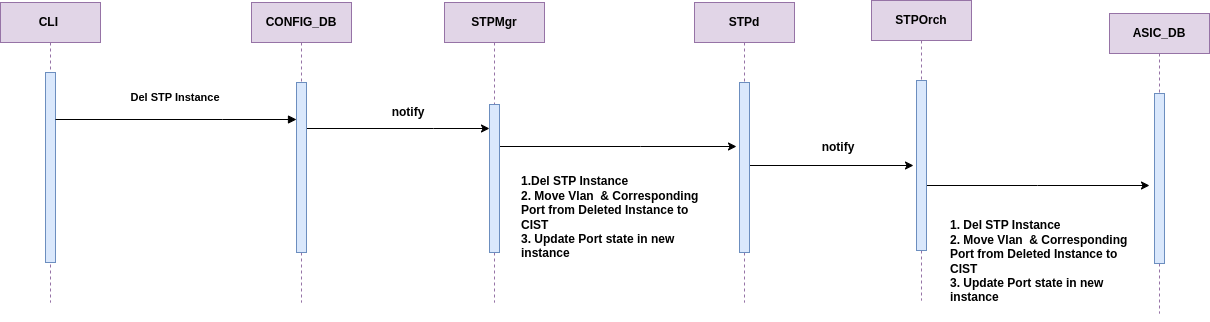
Before: doc/MSTP/images/MSTP_Instance_Delete.drawio.png, a diagram exported from draw.io (sonic-net/SONiC). Source tidied: cells renumbered, new cells last; positions are measured from the earlier drawing's top-left corner, leaving out a move shared by most shapes. Its diagram source:
```xml
<mxGraphModel>
  <root>
    <mxCell id="0" />
    <mxCell id="1" parent="0" />
    <mxCell id="2" value="CLI&amp;nbsp;" style="shape=umlLifeline;perimeter=lifelinePerimeter;whiteSpace=wrap;html=1;newEdgeStyle={&quot;edgeStyle&quot;:&quot;elbowEdgeStyle&quot;,&quot;elbow&quot;:&quot;vertical&quot;,&quot;curved&quot;:0,&quot;rounded&quot;:0};fillColor=#e1d5e7;strokeColor=#9673a6;fontStyle=1;" parent="1" vertex="1">
      <mxGeometry y="2" width="100" height="300" as="geometry" />
    </mxCell>
    <mxCell id="3" style="html=1;points=[];perimeter=orthogonalPerimeter;outlineConnect=0;targetShapes=umlLifeline;portConstraint=eastwest;newEdgeStyle={&quot;edgeStyle&quot;:&quot;elbowEdgeStyle&quot;,&quot;elbow&quot;:&quot;vertical&quot;,&quot;curved&quot;:0,&quot;rounded&quot;:0};fillColor=#dae8fc;strokeColor=#6c8ebf;fontStyle=1;" parent="2" vertex="1">
      <mxGeometry x="45" y="70" width="10" height="190" as="geometry" />
    </mxCell>
    <mxCell id="4" style="edgeStyle=elbowEdgeStyle;rounded=0;jettySize=auto;html=1;elbow=vertical;curved=0;fontStyle=1;" parent="1" edge="1" source="5" target="10">
      <mxGeometry relative="1" as="geometry">
        <Array as="points">
          <mxPoint x="433" y="128" />
        </Array>
      </mxGeometry>
    </mxCell>
    <mxCell id="5" value="CONFIG_DB" style="shape=umlLifeline;perimeter=lifelinePerimeter;whiteSpace=wrap;html=1;outlineConnect=0;portConstraint=eastwest;newEdgeStyle={&quot;edgeStyle&quot;:&quot;elbowEdgeStyle&quot;,&quot;elbow&quot;:&quot;vertical&quot;,&quot;curved&quot;:0,&quot;rounded&quot;:0};fillColor=#e1d5e7;strokeColor=#9673a6;fontStyle=1;" parent="1" vertex="1">
      <mxGeometry x="251" y="2" width="100" height="300" as="geometry" />
    </mxCell>
    <mxCell id="6" style="html=1;points=[];perimeter=orthogonalPerimeter;outlineConnect=0;targetShapes=umlLifeline;portConstraint=eastwest;newEdgeStyle={&quot;edgeStyle&quot;:&quot;elbowEdgeStyle&quot;,&quot;elbow&quot;:&quot;vertical&quot;,&quot;curved&quot;:0,&quot;rounded&quot;:0};fillColor=#dae8fc;strokeColor=#6c8ebf;fontStyle=1;" parent="5" vertex="1">
      <mxGeometry x="45" y="80" width="10" height="170" as="geometry" />
    </mxCell>
    <mxCell id="7" value="Del STP Instance&amp;nbsp;&lt;div&gt;&lt;br&gt;&lt;/div&gt;" style="html=1;verticalAlign=bottom;endArrow=block;edgeStyle=elbowEdgeStyle;elbow=vertical;curved=0;rounded=0;fontStyle=1;" parent="1" edge="1" source="3" target="6">
      <mxGeometry relative="1" as="geometry">
        <Array as="points">
          <mxPoint x="222" y="119" />
          <mxPoint x="260" y="82" />
        </Array>
      </mxGeometry>
    </mxCell>
    <mxCell id="8" style="edgeStyle=elbowEdgeStyle;rounded=0;jettySize=auto;html=1;elbow=vertical;curved=0;fontStyle=1;" parent="1" edge="1" source="9">
      <mxGeometry relative="1" as="geometry">
        <mxPoint x="736" y="146" as="targetPoint" />
      </mxGeometry>
    </mxCell>
    <mxCell id="9" value="STPMgr" style="shape=umlLifeline;perimeter=lifelinePerimeter;whiteSpace=wrap;html=1;outlineConnect=0;portConstraint=eastwest;newEdgeStyle={&quot;edgeStyle&quot;:&quot;elbowEdgeStyle&quot;,&quot;elbow&quot;:&quot;vertical&quot;,&quot;curved&quot;:0,&quot;rounded&quot;:0};fillColor=#e1d5e7;strokeColor=#9673a6;fontStyle=1;" parent="1" vertex="1">
      <mxGeometry x="444" y="2" width="100" height="300" as="geometry" />
    </mxCell>
    <mxCell id="10" style="html=1;points=[];perimeter=orthogonalPerimeter;outlineConnect=0;targetShapes=umlLifeline;portConstraint=eastwest;newEdgeStyle={&quot;edgeStyle&quot;:&quot;elbowEdgeStyle&quot;,&quot;elbow&quot;:&quot;vertical&quot;,&quot;curved&quot;:0,&quot;rounded&quot;:0};fillColor=#dae8fc;strokeColor=#6c8ebf;fontStyle=1;" parent="9" vertex="1">
      <mxGeometry x="45" y="102" width="10" height="148" as="geometry" />
    </mxCell>
    <mxCell id="11" style="edgeStyle=elbowEdgeStyle;rounded=0;jettySize=auto;html=1;elbow=vertical;curved=0;fontStyle=1;" parent="1" edge="1" source="12">
      <mxGeometry relative="1" as="geometry">
        <mxPoint x="913" y="165" as="targetPoint" />
      </mxGeometry>
    </mxCell>
    <mxCell id="12" value="STPd" style="shape=umlLifeline;perimeter=lifelinePerimeter;whiteSpace=wrap;html=1;outlineConnect=0;portConstraint=eastwest;newEdgeStyle={&quot;edgeStyle&quot;:&quot;elbowEdgeStyle&quot;,&quot;elbow&quot;:&quot;vertical&quot;,&quot;curved&quot;:0,&quot;rounded&quot;:0};fillColor=#e1d5e7;strokeColor=#9673a6;fontStyle=1;" parent="1" vertex="1">
      <mxGeometry x="694" y="2" width="100" height="300" as="geometry" />
    </mxCell>
    <mxCell id="13" style="html=1;perimeter=orthogonalPerimeter;targetShapes=umlLifeline;newEdgeStyle={&quot;edgeStyle&quot;:&quot;elbowEdgeStyle&quot;,&quot;elbow&quot;:&quot;vertical&quot;,&quot;curved&quot;:0,&quot;rounded&quot;:0};fillColor=#dae8fc;strokeColor=#6c8ebf;fontStyle=1;" parent="12" vertex="1">
      <mxGeometry x="45" y="80" width="10" height="170" as="geometry" />
    </mxCell>
    <mxCell id="14" style="edgeStyle=elbowEdgeStyle;rounded=0;orthogonalLoop=1;jettySize=auto;html=1;elbow=vertical;curved=0;fontStyle=1;" parent="1" edge="1">
      <mxGeometry relative="1" as="geometry">
        <mxPoint x="925" y="185" as="sourcePoint" />
        <mxPoint x="1149" y="185" as="targetPoint" />
      </mxGeometry>
    </mxCell>
    <mxCell id="15" value="STPOrch" style="shape=umlLifeline;perimeter=lifelinePerimeter;whiteSpace=wrap;html=1;newEdgeStyle={&quot;edgeStyle&quot;:&quot;elbowEdgeStyle&quot;,&quot;elbow&quot;:&quot;vertical&quot;,&quot;curved&quot;:0,&quot;rounded&quot;:0};fillColor=#e1d5e7;strokeColor=#9673a6;fontStyle=1;" parent="1" vertex="1">
      <mxGeometry x="871" width="100" height="300" as="geometry" />
    </mxCell>
    <mxCell id="16" style="html=1;perimeter=orthogonalPerimeter;targetShapes=umlLifeline;newEdgeStyle={&quot;edgeStyle&quot;:&quot;elbowEdgeStyle&quot;,&quot;elbow&quot;:&quot;vertical&quot;,&quot;curved&quot;:0,&quot;rounded&quot;:0};fillColor=#dae8fc;strokeColor=#6c8ebf;fontStyle=1;" parent="15" vertex="1">
      <mxGeometry x="45" y="80" width="10" height="170" as="geometry" />
    </mxCell>
    <mxCell id="17" value="ASIC_DB" style="shape=umlLifeline;perimeter=lifelinePerimeter;whiteSpace=wrap;html=1;newEdgeStyle={&quot;edgeStyle&quot;:&quot;elbowEdgeStyle&quot;,&quot;elbow&quot;:&quot;vertical&quot;,&quot;curved&quot;:0,&quot;rounded&quot;:0};fillColor=#e1d5e7;strokeColor=#9673a6;fontStyle=1;" parent="1" vertex="1">
      <mxGeometry x="1109" y="13" width="100" height="300" as="geometry" />
    </mxCell>
    <mxCell id="18" style="html=1;perimeter=orthogonalPerimeter;targetShapes=umlLifeline;newEdgeStyle={&quot;edgeStyle&quot;:&quot;elbowEdgeStyle&quot;,&quot;elbow&quot;:&quot;vertical&quot;,&quot;curved&quot;:0,&quot;rounded&quot;:0};fillColor=#dae8fc;strokeColor=#6c8ebf;fontStyle=1;" parent="17" vertex="1">
      <mxGeometry x="45" y="80" width="10" height="170" as="geometry" />
    </mxCell>
    <mxCell id="19" value="notify" style="text;html=1;align=center;verticalAlign=middle;whiteSpace=wrap;rounded=0;fontStyle=1;" parent="1" vertex="1">
      <mxGeometry x="378" y="97" width="60" height="30" as="geometry" />
    </mxCell>
    <mxCell id="20" value="notify" style="text;html=1;align=center;verticalAlign=middle;whiteSpace=wrap;rounded=0;fontStyle=1;" parent="1" vertex="1">
      <mxGeometry x="808" y="132" width="60" height="30" as="geometry" />
    </mxCell>
    <mxCell id="21" value="&lt;div style=&quot;&quot;&gt;&lt;span style=&quot;background-color: initial;&quot;&gt;1.Del STP Instance&lt;/span&gt;&lt;/div&gt;&lt;div&gt;&lt;div style=&quot;&quot;&gt;&lt;span style=&quot;background-color: initial;&quot;&gt;2. Move Vlan&amp;nbsp; &amp;amp; Corresponding Port from Deleted Instance to CIST&amp;nbsp;&lt;/span&gt;&lt;/div&gt;&lt;div&gt;&lt;div style=&quot;&quot;&gt;3. Update Port state in new instance&lt;/div&gt;&lt;/div&gt;&lt;/div&gt;" style="text;html=1;align=left;verticalAlign=middle;whiteSpace=wrap;rounded=0;fontStyle=1;" parent="1" vertex="1">
      <mxGeometry x="519" y="156" width="200" height="121" as="geometry" />
    </mxCell>
    <mxCell id="22" value="1. Del STP Instance&lt;div&gt;&lt;span style=&quot;background-color: initial;&quot;&gt;2. Move Vlan&amp;nbsp; &amp;amp; Corresponding Port from Deleted Instance to CIST&amp;nbsp;&lt;/span&gt;&lt;div&gt;&lt;div&gt;3. Update Port state in new instance&lt;/div&gt;&lt;/div&gt;&lt;/div&gt;" style="text;html=1;align=left;verticalAlign=middle;whiteSpace=wrap;rounded=0;fontStyle=1;" parent="1" vertex="1">
      <mxGeometry x="948" y="200" width="189" height="121" as="geometry" />
    </mxCell>
  </root>
</mxGraphModel>
```
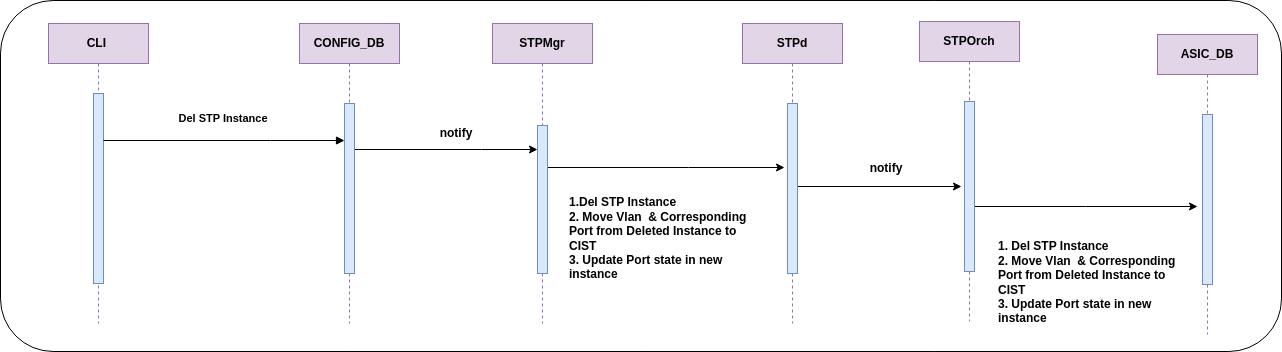
The same diagram one commit later.

What changed in the source:
```diff
@@ -2,6 +2,9 @@
   <root>
     <mxCell id="0" />
     <mxCell id="1" parent="0" />
+    <mxCell id="23" style="rounded=1;whiteSpace=wrap;html=1;" parent="1" vertex="1">
+      <mxGeometry x="-48" y="-21" width="1281" height="351" as="geometry" />
+    </mxCell>
     <mxCell id="2" value="CLI&amp;nbsp;" style="shape=umlLifeline;perimeter=lifelinePerimeter;whiteSpace=wrap;html=1;newEdgeStyle={&quot;edgeStyle&quot;:&quot;elbowEdgeStyle&quot;,&quot;elbow&quot;:&quot;vertical&quot;,&quot;curved&quot;:0,&quot;rounded&quot;:0};fillColor=#e1d5e7;strokeColor=#9673a6;fontStyle=1;" parent="1" vertex="1">
       <mxGeometry y="2" width="100" height="300" as="geometry" />
     </mxCell>
```
